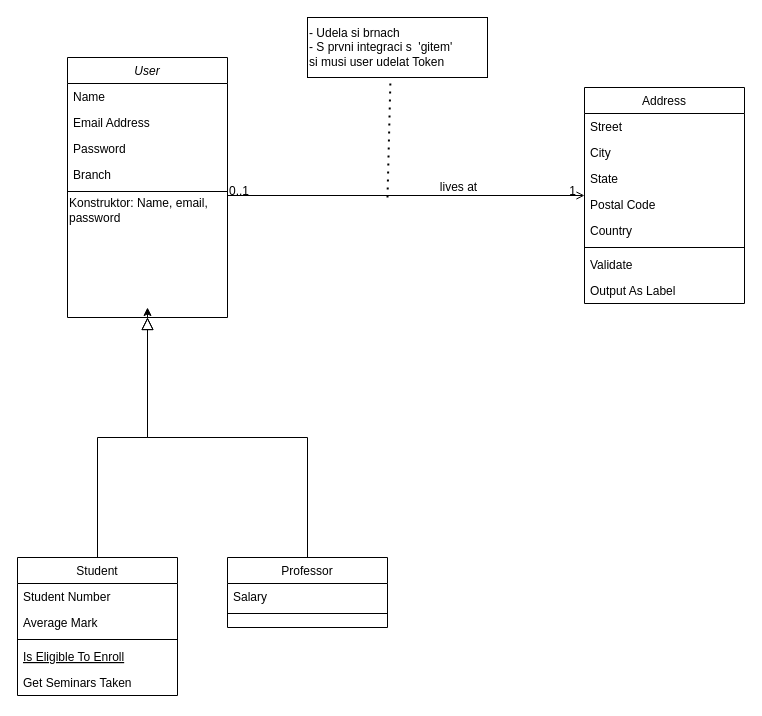
This is Untitled Diagram.drawio from herianp/skolni-projekt, a draw.io file, before an edit. Source tidied: cells renumbered, new cells numbered last; positions are measured from the earlier drawing's top-left corner, leaving out a move shared by most shapes. Both pictures are drawn from the tidied source at 100%, with x=0, y=0 at pixel (17, 17).
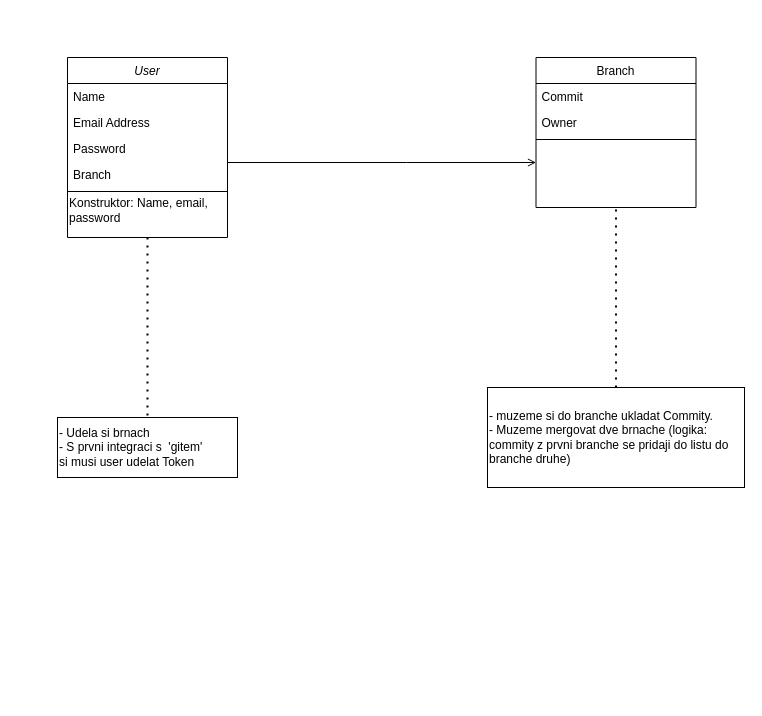
Above is the later version.

What changed in the source:
```diff
@@
-    <mxCell id="2" style="edgeStyle=orthogonalEdgeStyle;rounded=0;jettySize=auto;html=1;exitX=0.5;exitY=1;exitDx=0;exitDy=0;" parent="1" edge="1" source="3">
-      <mxGeometry relative="1" as="geometry">
-        <mxPoint x="130" y="290" as="targetPoint" />
-      </mxGeometry>
-    </mxCell>
     <mxCell id="3" value="User" style="swimlane;fontStyle=2;align=center;verticalAlign=top;horizontal=1;startSize=26;rounded=0;shadow=0;strokeWidth=1;" parent="1" vertex="1">
-      <mxGeometry x="50" y="40" width="160" height="260" as="geometry" />
+      <mxGeometry x="50" y="40" width="160" height="180" as="geometry" />
     </mxCell>
@@
-    <mxCell id="10" value="Student" style="swimlane;fontStyle=0;align=center;verticalAlign=top;horizontal=1;startSize=26;rounded=0;shadow=0;strokeWidth=1;" parent="1" vertex="1">
-      <mxGeometry y="540" width="160" height="138" as="geometry" />
-    </mxCell>
-    <mxCell id="11" value="Student Number" style="text;align=left;verticalAlign=top;spacingLeft=4;spacingRight=4;overflow=hidden;" parent="10" vertex="1">
-      <mxGeometry y="26" width="160" height="26" as="geometry" />
-    </mxCell>
-    <mxCell id="12" value="Average Mark" style="text;align=left;verticalAlign=top;spacingLeft=4;spacingRight=4;overflow=hidden;rounded=0;shadow=0;html=0;" parent="10" vertex="1">
-      <mxGeometry y="52" width="160" height="26" as="geometry" />
-    </mxCell>
-    <mxCell id="13" style="line;html=1;strokeWidth=1;align=left;verticalAlign=middle;spacingTop=-1;spacingLeft=3;spacingRight=3;labelPosition=right;" parent="10" vertex="1">
-      <mxGeometry y="78" width="160" height="8" as="geometry" />
-    </mxCell>
-    <mxCell id="14" value="Is Eligible To Enroll" style="text;align=left;verticalAlign=top;spacingLeft=4;spacingRight=4;overflow=hidden;fontStyle=4;" parent="10" vertex="1">
-      <mxGeometry y="86" width="160" height="26" as="geometry" />
-    </mxCell>
-    <mxCell id="15" value="Get Seminars Taken" style="text;align=left;verticalAlign=top;spacingLeft=4;spacingRight=4;overflow=hidden;" parent="10" vertex="1">
-      <mxGeometry y="112" width="160" height="26" as="geometry" />
-    </mxCell>
-    <mxCell id="16" style="endArrow=block;endSize=10;endFill=0;shadow=0;strokeWidth=1;rounded=0;edgeStyle=elbowEdgeStyle;elbow=vertical;" parent="1" edge="1" source="10" target="3">
-      <mxGeometry relative="1" as="geometry" />
-    </mxCell>
-    <mxCell id="17" value="Professor" style="swimlane;fontStyle=0;align=center;verticalAlign=top;horizontal=1;startSize=26;rounded=0;shadow=0;strokeWidth=1;" parent="1" vertex="1">
-      <mxGeometry x="210" y="540" width="160" height="70" as="geometry" />
-    </mxCell>
-    <mxCell id="18" value="Salary" style="text;align=left;verticalAlign=top;spacingLeft=4;spacingRight=4;overflow=hidden;" parent="17" vertex="1">
-      <mxGeometry y="26" width="160" height="26" as="geometry" />
-    </mxCell>
-    <mxCell id="19" style="line;html=1;strokeWidth=1;align=left;verticalAlign=middle;spacingTop=-1;spacingLeft=3;spacingRight=3;labelPosition=right;" parent="17" vertex="1">
-      <mxGeometry y="52" width="160" height="8" as="geometry" />
-    </mxCell>
-    <mxCell id="20" style="endArrow=block;endSize=10;endFill=0;shadow=0;strokeWidth=1;rounded=0;edgeStyle=elbowEdgeStyle;elbow=vertical;" parent="1" edge="1" source="17" target="3">
-      <mxGeometry relative="1" as="geometry" />
-    </mxCell>
-    <mxCell id="21" value="Address" style="swimlane;fontStyle=0;align=center;verticalAlign=top;horizontal=1;startSize=26;rounded=0;shadow=0;strokeWidth=1;" parent="1" vertex="1">
-      <mxGeometry x="567" y="70" width="160" height="216" as="geometry" />
+    <mxCell id="21" value="Branch" style="swimlane;fontStyle=0;align=center;verticalAlign=top;horizontal=1;startSize=26;rounded=0;shadow=0;strokeWidth=1;" parent="1" vertex="1">
+      <mxGeometry x="518.5" y="40" width="160" height="150" as="geometry" />
     </mxCell>
-    <mxCell id="22" value="Street" style="text;align=left;verticalAlign=top;spacingLeft=4;spacingRight=4;overflow=hidden;" parent="21" vertex="1">
+    <mxCell id="22" value="Commit" style="text;align=left;verticalAlign=top;spacingLeft=4;spacingRight=4;overflow=hidden;" parent="21" vertex="1">
       <mxGeometry y="26" width="160" height="26" as="geometry" />
     </mxCell>
-    <mxCell id="23" value="City" style="text;align=left;verticalAlign=top;spacingLeft=4;spacingRight=4;overflow=hidden;rounded=0;shadow=0;html=0;" parent="21" vertex="1">
-      <mxGeometry y="52" width="160" height="26" as="geometry" />
-    </mxCell>
-    <mxCell id="24" value="State" style="text;align=left;verticalAlign=top;spacingLeft=4;spacingRight=4;overflow=hidden;rounded=0;shadow=0;html=0;" parent="21" vertex="1">
-      <mxGeometry y="78" width="160" height="26" as="geometry" />
-    </mxCell>
-    <mxCell id="25" value="Postal Code" style="text;align=left;verticalAlign=top;spacingLeft=4;spacingRight=4;overflow=hidden;rounded=0;shadow=0;html=0;" parent="21" vertex="1">
-      <mxGeometry y="104" width="160" height="26" as="geometry" />
-    </mxCell>
-    <mxCell id="26" value="Country" style="text;align=left;verticalAlign=top;spacingLeft=4;spacingRight=4;overflow=hidden;rounded=0;shadow=0;html=0;" parent="21" vertex="1">
-      <mxGeometry y="130" width="160" height="26" as="geometry" />
+    <mxCell id="26" value="Owner" style="text;align=left;verticalAlign=top;spacingLeft=4;spacingRight=4;overflow=hidden;rounded=0;shadow=0;html=0;" parent="21" vertex="1">
+      <mxGeometry y="52" width="160" height="26" as="geometry" />
     </mxCell>
     <mxCell id="27" style="line;html=1;strokeWidth=1;align=left;verticalAlign=middle;spacingTop=-1;spacingLeft=3;spacingRight=3;labelPosition=right;" parent="21" vertex="1">
-      <mxGeometry y="156" width="160" height="8" as="geometry" />
+      <mxGeometry y="78" width="160" height="8" as="geometry" />
     </mxCell>
-    <mxCell id="28" value="Validate" style="text;align=left;verticalAlign=top;spacingLeft=4;spacingRight=4;overflow=hidden;" parent="21" vertex="1">
-      <mxGeometry y="164" width="160" height="26" as="geometry" />
-    </mxCell>
-    <mxCell id="29" value="Output As Label" style="text;align=left;verticalAlign=top;spacingLeft=4;spacingRight=4;overflow=hidden;" parent="21" vertex="1">
-      <mxGeometry y="190" width="160" height="26" as="geometry" />
-    </mxCell>
     <mxCell id="30" style="endArrow=open;shadow=0;strokeWidth=1;rounded=0;endFill=1;edgeStyle=elbowEdgeStyle;elbow=vertical;" parent="1" edge="1" source="3" target="21">
       <mxGeometry x="0.5" y="41" relative="1" as="geometry">
+        <Array as="points">
+          <mxPoint x="389" y="145" />
+        </Array>
         <mxPoint x="-40" y="32" as="offset" />
       </mxGeometry>
     </mxCell>
-    <mxCell id="31" value="0..1" style="align=left;verticalAlign=bottom;labelBackgroundColor=none;fontSize=12;" parent="30" vertex="1">
-      <mxGeometry x="-1" relative="1" as="geometry">
-        <mxPoint y="4" as="offset" />
-      </mxGeometry>
-    </mxCell>
-    <mxCell id="32" value="1" style="align=right;verticalAlign=bottom;labelBackgroundColor=none;fontSize=12;" parent="30" vertex="1">
-      <mxGeometry x="1" relative="1" as="geometry">
-        <mxPoint x="-7" y="4" as="offset" />
-      </mxGeometry>
-    </mxCell>
-    <mxCell id="33" value="lives at" style="text;html=1;align=center;verticalAlign=middle;labelBackgroundColor=none;rounded=0;shadow=0;strokeWidth=1;fontSize=12;" parent="30" vertex="1">
-      <mxGeometry x="0.5" y="49" relative="1" as="geometry">
-        <mxPoint x="-38" y="40" as="offset" />
-      </mxGeometry>
-    </mxCell>
     <mxCell id="34" value="&lt;div style=&quot;text-align: justify&quot;&gt;&lt;span&gt;- Udela si brnach&lt;/span&gt;&lt;/div&gt;&lt;span&gt;&lt;div style=&quot;text-align: justify&quot;&gt;&lt;span&gt;- S prvni integraci s&amp;nbsp; 'gitem'&lt;/span&gt;&lt;/div&gt;&lt;/span&gt;&lt;span&gt;&lt;div style=&quot;text-align: justify&quot;&gt;&lt;span&gt;si musi user udelat Token&lt;/span&gt;&lt;/div&gt;&lt;/span&gt;" style="rounded=0;whiteSpace=wrap;html=1;align=left;" parent="1" vertex="1">
-      <mxGeometry x="290" width="180" height="60" as="geometry" />
+      <mxGeometry x="40" y="400" width="180" height="60" as="geometry" />
     </mxCell>
-    <mxCell id="35" style="endArrow=none;dashed=1;html=1;dashPattern=1 3;strokeWidth=2;rounded=0;entryX=0.461;entryY=1.017;entryDx=0;entryDy=0;entryPerimeter=0;" parent="1" edge="1" target="34">
-      <mxGeometry relative="1" as="geometry">
-        <mxPoint x="370" y="180" as="sourcePoint" />
-      </mxGeometry>
+    <mxCell id="35" style="endArrow=none;dashed=1;html=1;dashPattern=1 3;strokeWidth=2;rounded=0;entryX=0.5;entryY=0;entryDx=0;entryDy=0;exitX=0.5;exitY=1;exitDx=0;exitDy=0;" parent="1" edge="1" source="3" target="34">
+      <mxGeometry relative="1" as="geometry" />
     </mxCell>
+    <mxCell id="36" value="&lt;div&gt;- muzeme si do branche ukladat Commity.&lt;/div&gt;&lt;div&gt;- Muzeme mergovat dve brnache (logika: commity z prvni branche se pridaji do listu do branche druhe)&lt;/div&gt;" style="rounded=0;whiteSpace=wrap;html=1;align=left;" parent="1" vertex="1">
+      <mxGeometry x="470" y="370" width="257" height="100" as="geometry" />
+    </mxCell>
+    <mxCell id="37" style="endArrow=none;dashed=1;html=1;dashPattern=1 3;strokeWidth=2;rounded=0;exitX=0.5;exitY=0;exitDx=0;exitDy=0;entryX=0.5;entryY=1;entryDx=0;entryDy=0;" parent="1" edge="1" source="36" target="21">
+      <mxGeometry relative="1" as="geometry" />
+    </mxCell>
```
